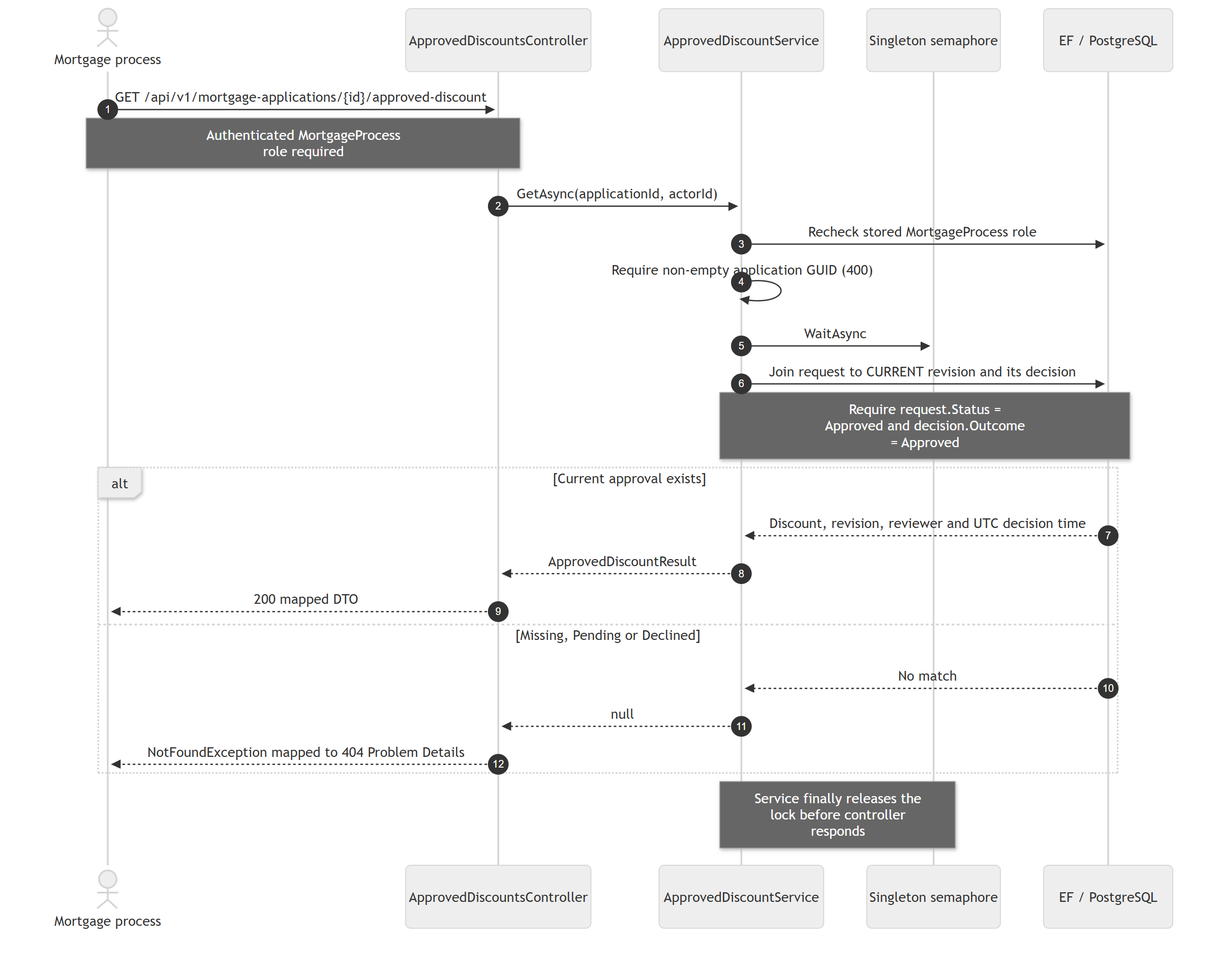
This is Backend/BlueHarvest.PricingExceptions/docs/CurrentImplementation/diagrams/06-approved-discount.png from FerdinandGang4/Mortgage-pricing-exception-requests-Application, a Mermaid export, as it was before one commit. Its source is kept beside it as Backend/BlueHarvest.PricingExceptions/docs/CurrentImplementation/diagrams/06-approved-discount.mmd. Source of this version:
```mermaid
sequenceDiagram
    autonumber
    actor P as Mortgage process
    participant C as ApprovedDiscountsController
    participant S as ApprovedDiscountService
    participant L as Singleton semaphore
    participant D as EF / PostgreSQL
    P->>C: GET /api/v1/mortgage-applications/{id}/approved-discount
    Note over P,C: Authenticated MortgageProcess<br/>role required
    C->>S: GetAsync(applicationId, actorId)
    S->>D: Recheck stored MortgageProcess role
    S->>S: Require non-empty application GUID (400)
    S->>L: WaitAsync
    S->>D: Join request to CURRENT revision and its decision
    Note over S,D: Require request.Status =<br/>Approved and decision.Outcome<br/>= Approved
    alt Current approval exists
        D-->>S: Discount, revision, reviewer and UTC decision time
        S-->>C: ApprovedDiscountResult
        C-->>P: 200 mapped DTO
    else Missing, Pending or Declined
        D-->>S: No match
        S-->>C: null
        C-->>P: NotFoundException mapped to 404 Problem Details
    end
    Note over S,L: Service finally releases the<br/>lock before controller<br/>responds
```
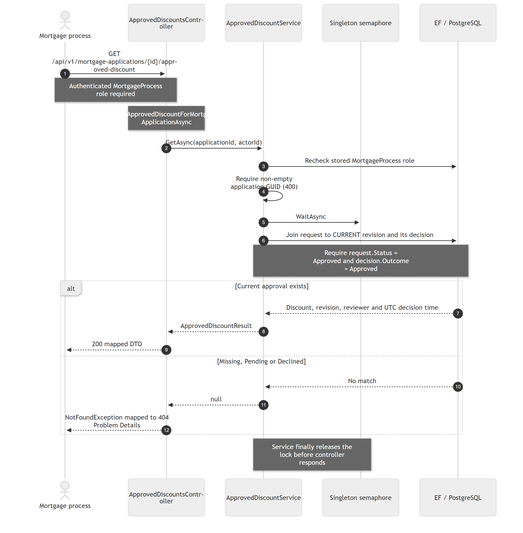
After the change.

Change to the diagram source:
```diff
@@ -7,6 +7,7 @@
     participant D as EF / PostgreSQL
     P->>C: GET /api/v1/mortgage-applications/{id}/approved-discount
     Note over P,C: Authenticated MortgageProcess<br/>role required
+    Note over C: GetApprovedDiscountForMortgage<br/>ApplicationAsync
     C->>S: GetAsync(applicationId, actorId)
     S->>D: Recheck stored MortgageProcess role
     S->>S: Require non-empty application GUID (400)
```
